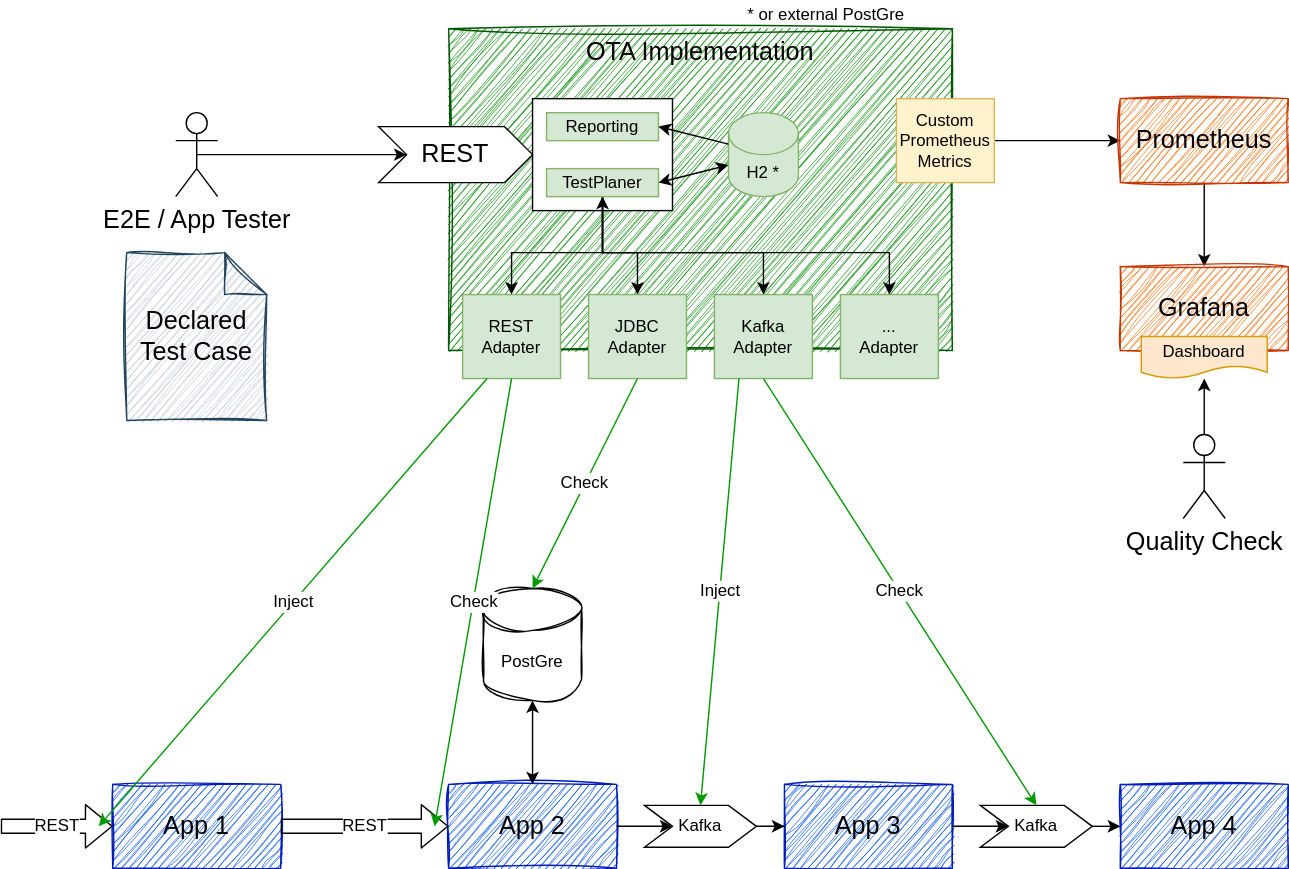
The draw.io diagram architecture/ota.drawio.svg in opentestingapi/impl_java, before a commit. Source tidied: cells renumbered, new cells last; positions are measured from the earlier drawing's top-left corner, leaving out a move shared by most shapes.
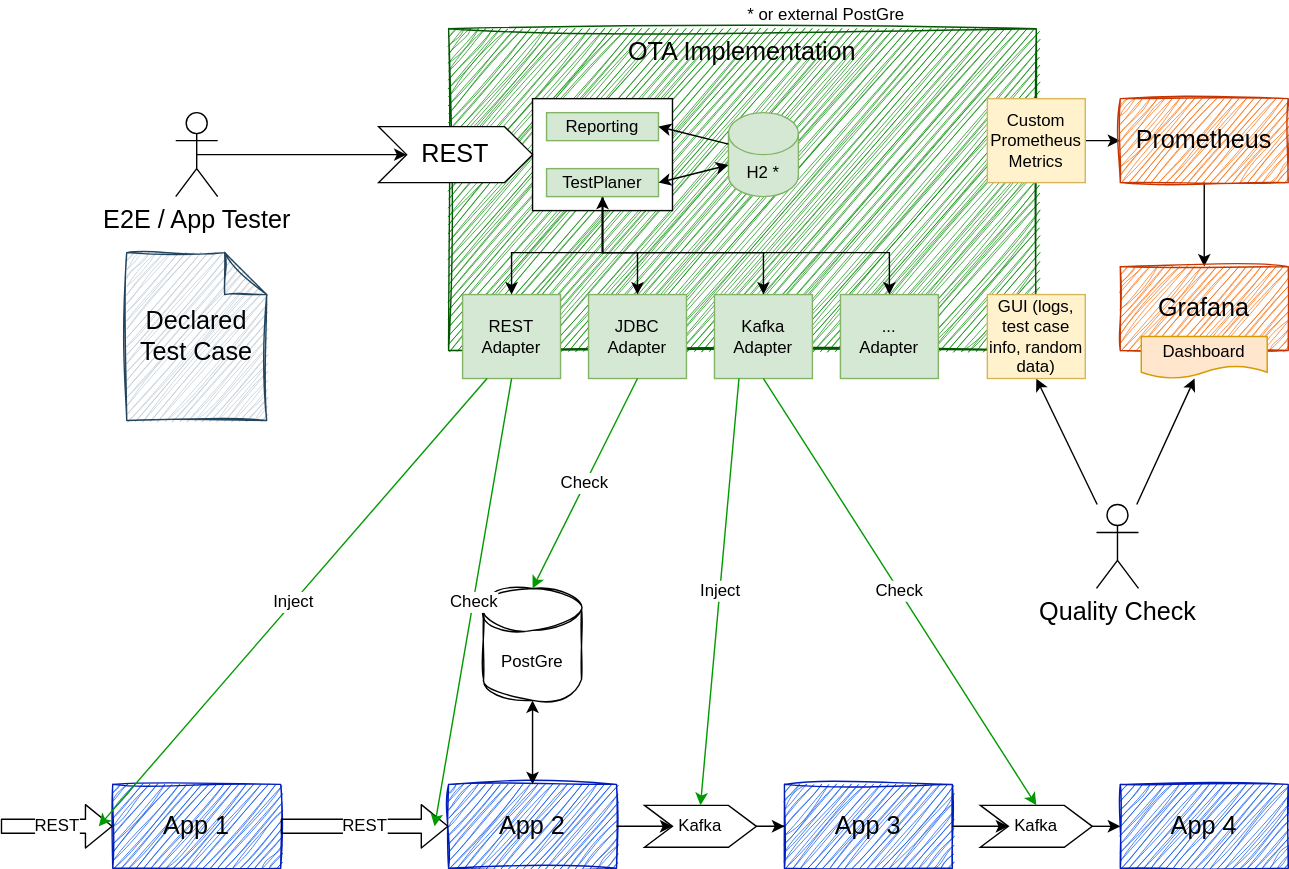
The same diagram one commit later.

What changed in the source:
```diff
@@ -3,7 +3,7 @@
     <mxCell id="0" />
     <mxCell id="1" parent="0" />
     <mxCell id="2" value="&lt;font color=&quot;#050000&quot;&gt;OTA Implementation&lt;/font&gt;" style="rounded=0;whiteSpace=wrap;html=1;fontSize=18;fillColor=#008a00;strokeColor=#005700;fontColor=#ffffff;verticalAlign=top;sketch=1;curveFitting=1;jiggle=2;shadow=0;glass=0;" parent="1" vertex="1">
-      <mxGeometry x="320" y="20" width="360" height="230" as="geometry" />
+      <mxGeometry x="320" y="20" width="420" height="230" as="geometry" />
     </mxCell>
     <mxCell id="3" style="rounded=0;whiteSpace=wrap;html=1;fontSize=12;" parent="1" vertex="1">
       <mxGeometry x="380" y="70" width="100" height="80" as="geometry" />
@@ -101,7 +101,7 @@
       <mxGeometry relative="1" as="geometry" />
     </mxCell>
     <mxCell id="32" value="Custom Prometheus Metrics" style="rounded=0;whiteSpace=wrap;html=1;fontSize=12;fillColor=#fff2cc;strokeColor=#d6b656;fontColor=#000000;" parent="1" vertex="1">
-      <mxGeometry x="640" y="70" width="70" height="60" as="geometry" />
+      <mxGeometry x="705" y="70" width="70" height="60" as="geometry" />
     </mxCell>
     <mxCell id="33" style="edgeStyle=orthogonalEdgeStyle;rounded=0;jettySize=auto;html=1;entryX=0.5;entryY=0;entryDx=0;entryDy=0;strokeColor=#000000;fontSize=18;" parent="1" edge="1" source="34" target="35">
       <mxGeometry relative="1" as="geometry" />
@@ -112,11 +112,14 @@
     <mxCell id="35" value="&lt;font color=&quot;#000000&quot;&gt;Grafana&lt;/font&gt;" style="rounded=0;whiteSpace=wrap;html=1;fontSize=18;fillColor=#fa6800;strokeColor=#C73500;fontColor=#ffffff;sketch=1;curveFitting=1;jiggle=2;" parent="1" vertex="1">
       <mxGeometry x="800" y="190" width="120" height="60" as="geometry" />
     </mxCell>
-    <mxCell id="36" style="edgeStyle=orthogonalEdgeStyle;rounded=0;jettySize=auto;html=1;strokeColor=#000000;fontSize=12;" parent="1" edge="1" source="37" target="38">
+    <mxCell id="36" style="edgeStyle=none;html=1;fontColor=#000000;strokeColor=#000000;" parent="1" edge="1" source="37" target="38">
       <mxGeometry relative="1" as="geometry" />
     </mxCell>
+    <mxCell id="49" style="edgeStyle=none;html=1;entryX=0.5;entryY=1;entryDx=0;entryDy=0;fontColor=#000000;strokeColor=#000000;" parent="1" edge="1" source="37" target="50">
+      <mxGeometry relative="1" as="geometry" />
+    </mxCell>
     <mxCell id="37" value="Quality Check" style="shape=umlActor;verticalLabelPosition=bottom;verticalAlign=top;html=1;outlineConnect=0;fontSize=18;" parent="1" vertex="1">
-      <mxGeometry x="845" y="310" width="30" height="60" as="geometry" />
+      <mxGeometry x="783" y="360" width="30" height="60" as="geometry" />
     </mxCell>
     <mxCell id="38" value="Dashboard" style="shape=document;whiteSpace=wrap;html=1;boundedLbl=1;fontSize=12;fillColor=#ffe6cc;strokeColor=#d79b00;fontColor=#000000;" parent="1" vertex="1">
       <mxGeometry x="815" y="240" width="90" height="30" as="geometry" />
@@ -171,5 +174,8 @@
     <mxCell id="48" value="* or external PostGre" style="text;html=1;strokeColor=none;fillColor=none;align=center;verticalAlign=middle;whiteSpace=wrap;rounded=0;" parent="1" vertex="1">
       <mxGeometry x="530" width="120" height="20" as="geometry" />
     </mxCell>
+    <mxCell id="50" value="GUI (logs, test case info, random data)" style="rounded=0;whiteSpace=wrap;html=1;fontSize=12;fillColor=#fff2cc;strokeColor=#d6b656;fontColor=#000000;" parent="1" vertex="1">
+      <mxGeometry x="705" y="210" width="70" height="60" as="geometry" />
+    </mxCell>
   </root>
 </mxGraphModel>
```
